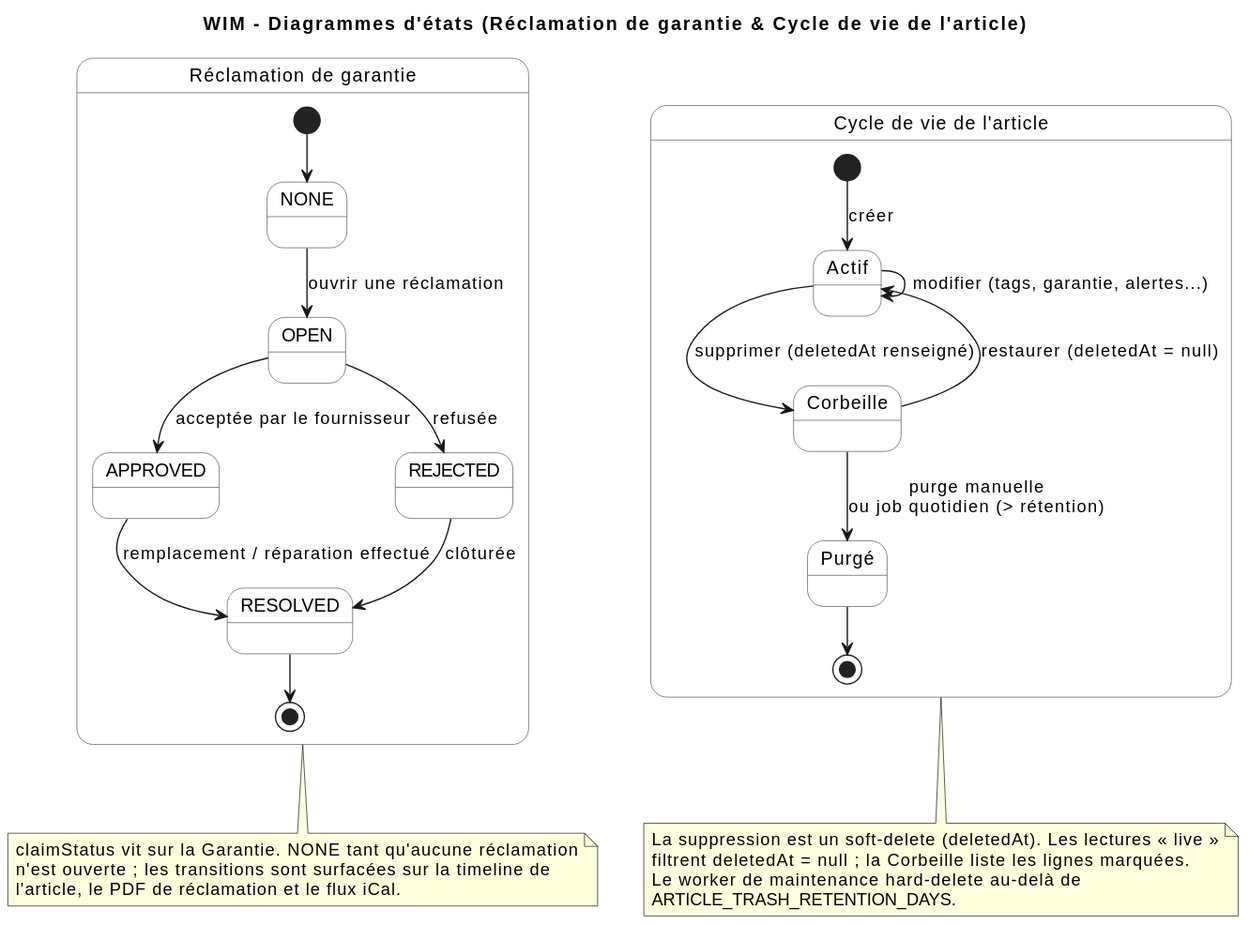
Above: docs/uml/05-state-inventory.svg in SGCSBorges/WIM (PlantUML), before the change. Its source is kept beside it as docs/uml/05-state-inventory.puml. Its diagram source:
```plantuml
@startuml
title WIM – Diagrammes d'états (Réclamation de garantie & Cycle de vie de l'article)

skinparam state {
  BackgroundColor #ffffff
  BorderColor #555555
}

state "Réclamation de garantie" as Claim {
  [*] --> NONE
  NONE --> OPEN : ouvrir une réclamation
  OPEN --> APPROVED : acceptée par le fournisseur
  OPEN --> REJECTED : refusée
  APPROVED --> RESOLVED : remplacement / réparation effectué
  REJECTED --> RESOLVED : clôturée
  RESOLVED --> [*]
}

state "Cycle de vie de l'article" as Lifecycle {
  [*] --> Actif : créer
  Actif --> Actif : modifier (tags, garantie, alertes...)
  Actif --> Corbeille : supprimer (deletedAt renseigné)
  Corbeille --> Actif : restaurer (deletedAt = null)
  Corbeille --> Purgé : purge manuelle\nou job quotidien (> rétention)
  Purgé --> [*]
}

note bottom of Claim
claimStatus vit sur la Garantie. NONE tant qu'aucune réclamation
n'est ouverte ; les transitions sont surfacées sur la timeline de
l'article, le PDF de réclamation et le flux iCal.
end note

note bottom of Lifecycle
La suppression est un soft-delete (deletedAt). Les lectures « live »
filtrent deletedAt = null ; la Corbeille liste les lignes marquées.
Le worker de maintenance hard-delete au-delà de
ARTICLE_TRASH_RETENTION_DAYS.
end note
@enduml
```
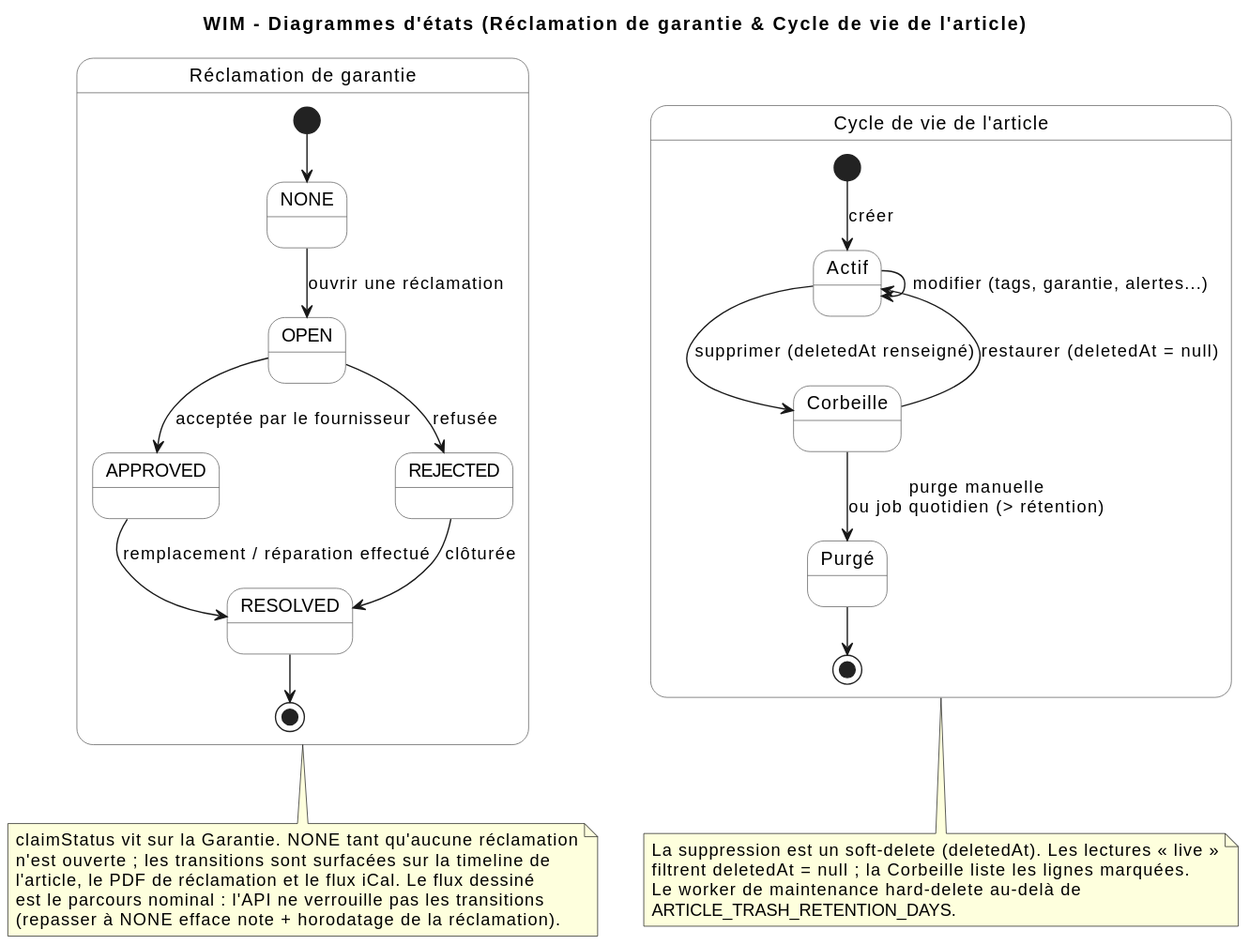
The same file after the commit.

Change to the diagram source:
```diff
@@ -28,7 +28,9 @@
 note bottom of Claim
 claimStatus vit sur la Garantie. NONE tant qu'aucune réclamation
 n'est ouverte ; les transitions sont surfacées sur la timeline de
-l'article, le PDF de réclamation et le flux iCal.
+l'article, le PDF de réclamation et le flux iCal. Le flux dessiné
+est le parcours nominal : l'API ne verrouille pas les transitions
+(repasser à NONE efface note + horodatage de la réclamation).
 end note
 
 note bottom of Lifecycle
```
